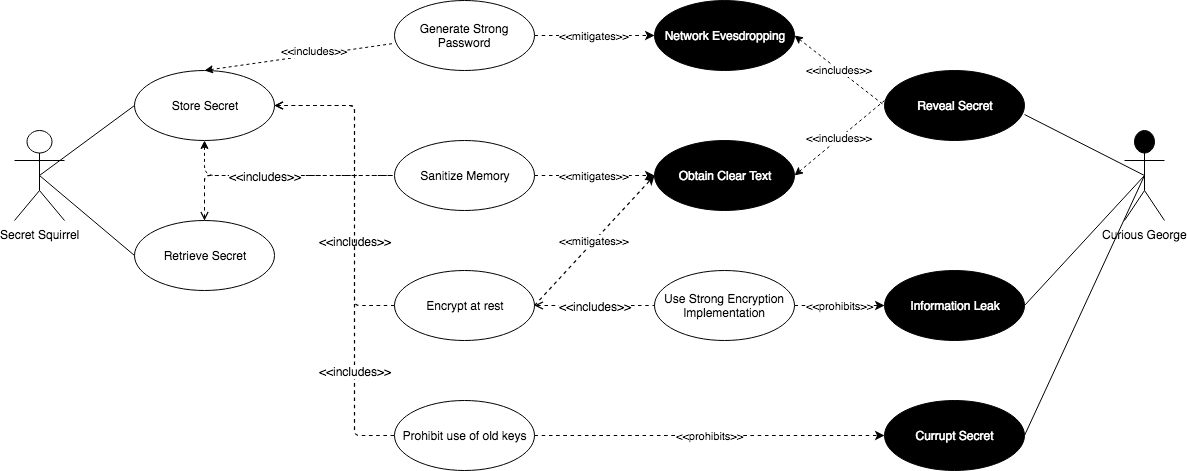
This is Images/Use Cases-Secrets.png from sdfrench/CYBR8420-GotRoot, a draw.io export, as it was before one commit. Source tidied: cells renumbered, new cells last; positions are measured from the earlier drawing's top-left corner, leaving out a move shared by most shapes.
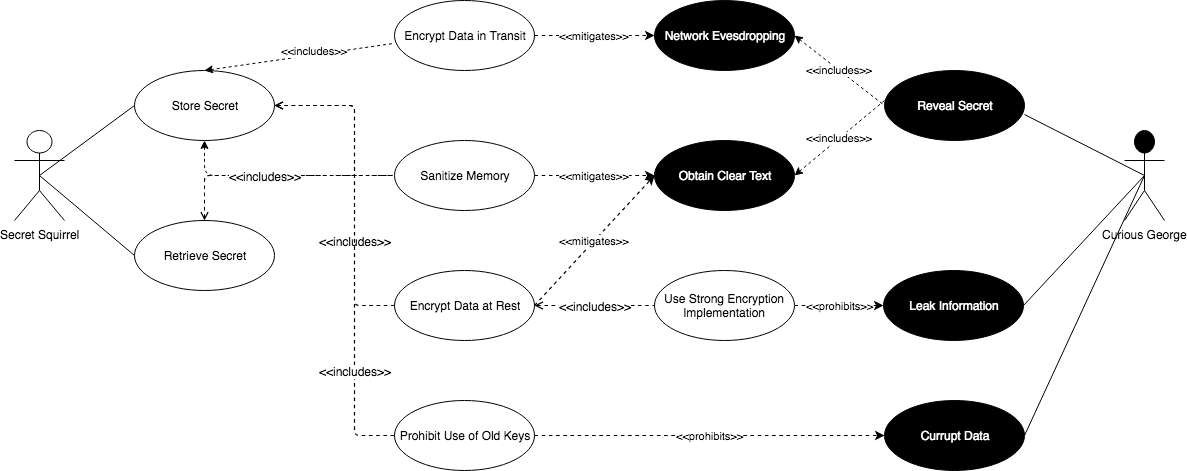
Above is the later version.

Diff of the diagram source:
```diff
@@ -24,8 +24,8 @@
     <mxCell id="6" value="Secret Squirrel" style="shape=umlActor;verticalLabelPosition=bottom;labelBackgroundColor=#ffffff;verticalAlign=top;html=1;" parent="1" vertex="1">
       <mxGeometry y="130" width="50" height="90" as="geometry" />
     </mxCell>
-    <mxCell id="7" value="Information Leak" style="ellipse;whiteSpace=wrap;html=1;fillColor=#000000;fontColor=#FFFFFF;" parent="1" vertex="1">
-      <mxGeometry x="870" y="270" width="140" height="70" as="geometry" />
+    <mxCell id="7" value="Leak Information" style="ellipse;whiteSpace=wrap;html=1;fillColor=#000000;fontColor=#FFFFFF;" parent="1" vertex="1">
+      <mxGeometry x="869" y="270" width="140" height="70" as="geometry" />
     </mxCell>
     <mxCell id="8" value="&amp;lt;&amp;lt;mitigates&amp;gt;&amp;gt;" style="html=1;jettySize=18;fontSize=11;strokeOpacity=100;dashed=1;strokeWidth=1.2;rounded=1;arcSize=10;startArrow=none;endArrow=classic;entryX=0;entryY=0.5;entryDx=0;entryDy=0;endFill=1;startFill=0;exitX=1;exitY=0.5;exitDx=0;exitDy=0;" parent="1" edge="1" source="11" target="15">
       <mxGeometry relative="1" as="geometry" />
@@ -36,16 +36,16 @@
     <mxCell id="10" value="&amp;lt;&amp;lt;includes&amp;gt;&amp;gt;" style="edgeStyle=none;rounded=1;jettySize=auto;html=1;dashed=1;startArrow=classic;startFill=1;endArrow=none;endFill=0;fontColor=#000000;entryX=-0.007;entryY=0.614;entryDx=0;entryDy=0;entryPerimeter=0;exitX=0.5;exitY=0;exitDx=0;exitDy=0;" parent="1" edge="1" source="2" target="11">
       <mxGeometry x="0.17" y="4" relative="1" as="geometry" />
     </mxCell>
-    <mxCell id="11" value="Generate Strong Password" style="ellipse;whiteSpace=wrap;html=1;" parent="1" vertex="1">
+    <mxCell id="11" value="Encrypt Data in Transit" style="ellipse;whiteSpace=wrap;html=1;" parent="1" vertex="1">
       <mxGeometry x="380" width="140" height="70" as="geometry" />
     </mxCell>
     <mxCell id="12" value="Sanitize Memory" style="ellipse;whiteSpace=wrap;html=1;" parent="1" vertex="1">
       <mxGeometry x="380" y="140" width="140" height="70" as="geometry" />
     </mxCell>
-    <mxCell id="13" value="Encrypt at rest" style="ellipse;whiteSpace=wrap;html=1;" parent="1" vertex="1">
+    <mxCell id="13" value="Encrypt Data at Rest" style="ellipse;whiteSpace=wrap;html=1;" parent="1" vertex="1">
       <mxGeometry x="380" y="270" width="140" height="70" as="geometry" />
     </mxCell>
-    <mxCell id="14" value="Prohibit use of old keys" style="ellipse;whiteSpace=wrap;html=1;" parent="1" vertex="1">
+    <mxCell id="14" value="Prohibit Use of Old Keys" style="ellipse;whiteSpace=wrap;html=1;" parent="1" vertex="1">
       <mxGeometry x="380" y="400" width="140" height="70" as="geometry" />
     </mxCell>
     <mxCell id="15" value="Network Evesdropping" style="ellipse;whiteSpace=wrap;html=1;fillColor=#000000;fontColor=#FFFFFF;" parent="1" vertex="1">
@@ -57,7 +57,7 @@
     <mxCell id="17" value="Obtain Clear Text" style="ellipse;whiteSpace=wrap;html=1;fillColor=#000000;fontColor=#FFFFFF;" parent="1" vertex="1">
       <mxGeometry x="640" y="140" width="140" height="70" as="geometry" />
     </mxCell>
-    <mxCell id="18" value="Currupt Secret" style="ellipse;whiteSpace=wrap;html=1;fillColor=#000000;fontColor=#FFFFFF;" parent="1" vertex="1">
+    <mxCell id="18" value="Currupt Data" style="ellipse;whiteSpace=wrap;html=1;fillColor=#000000;fontColor=#FFFFFF;" parent="1" vertex="1">
       <mxGeometry x="870" y="400" width="140" height="70" as="geometry" />
     </mxCell>
     <mxCell id="19" value="Curious George" style="shape=umlActor;verticalLabelPosition=bottom;labelBackgroundColor=#ffffff;verticalAlign=top;html=1;fillColor=#000000;" parent="1" vertex="1">
```
